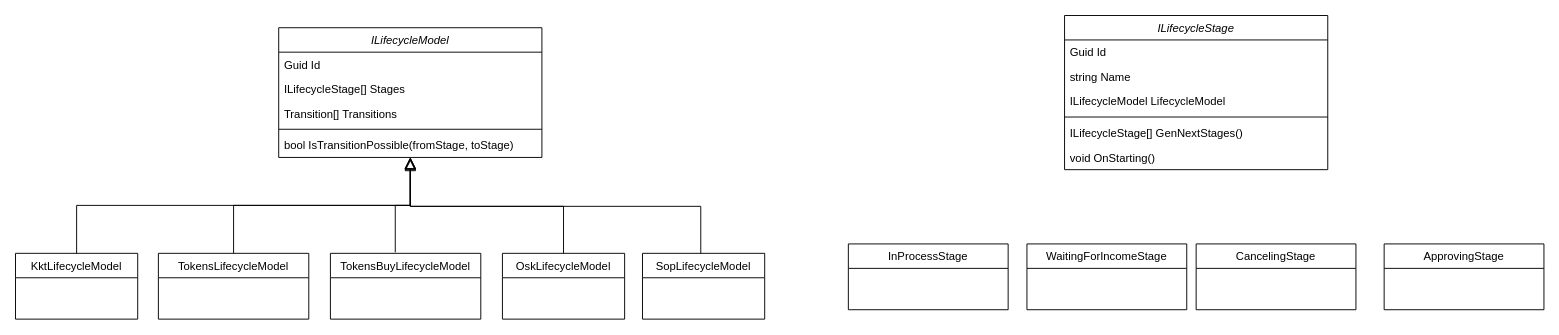
The draw.io diagram Lifecycle.drawio in Kostey2204/GpsApp, before the edit. Source tidied: cells renumbered, new cells numbered last; positions are measured from the earlier drawing's top-left corner, leaving out a move shared by most shapes. Both pictures are drawn from the tidied source at 94%, with x=0, y=0 at pixel (15, 15).
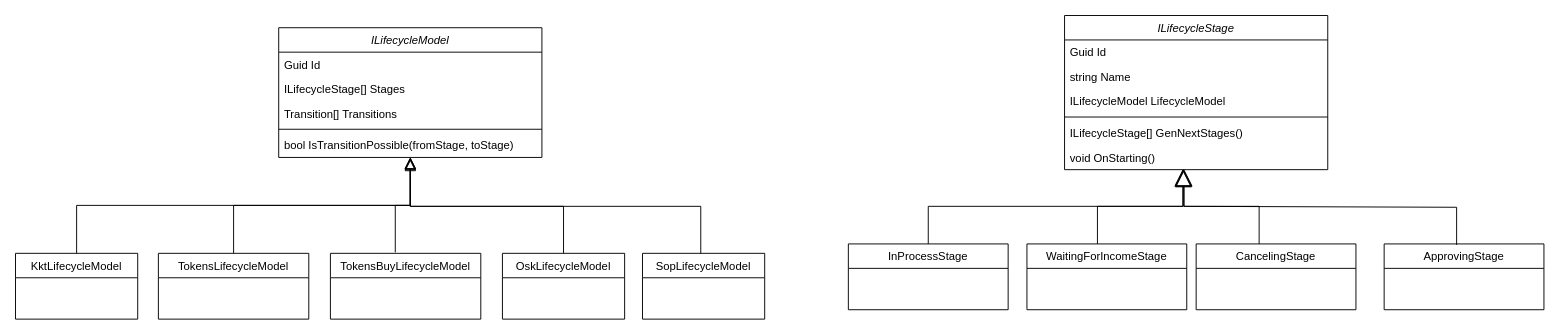
The same diagram, later.

Unchanged cells that the change refers to:
```xml
<mxCell id="24" value="void OnStarting()" style="text;align=left;verticalAlign=top;spacingLeft=4;spacingRight=4;overflow=hidden;points=[[0,0.5],[1,0.5]];portConstraint=eastwest;" parent="18" vertex="1">
  <mxGeometry y="138" width="280" height="26" as="geometry" />
</mxCell>
<mxCell id="25" value="InProcessStage" style="swimlane;fontStyle=0;align=center;verticalAlign=top;horizontal=1;startSize=26;rounded=0;shadow=0;strokeWidth=1;" parent="1" vertex="1">
  <mxGeometry x="886" y="243" width="170" height="70" as="geometry" />
</mxCell>
```

What changed in the source:
```diff
@@
+    <mxCell id="29" style="endArrow=block;endSize=16;endFill=0;html=1;rounded=0;exitX=0.5;exitY=0;exitDx=0;exitDy=0;entryX=0.45;entryY=1;entryDx=0;entryDy=0;entryPerimeter=0;" parent="1" edge="1" source="25" target="24">
+      <mxGeometry x="-0.89" y="50" relative="1" as="geometry">
+        <Array as="points">
+          <mxPoint x="971" y="203" />
+          <mxPoint x="1242" y="203" />
+        </Array>
+        <mxPoint x="1" as="offset" />
+      </mxGeometry>
+    </mxCell>
+    <mxCell id="30" style="endArrow=block;endSize=16;endFill=0;html=1;rounded=0;exitX=0.5;exitY=0;exitDx=0;exitDy=0;" parent="1" edge="1">
+      <mxGeometry x="-0.89" y="50" relative="1" as="geometry">
+        <mxPoint x="1151" y="243" as="sourcePoint" />
+        <mxPoint x="1242" y="163" as="targetPoint" />
+        <Array as="points">
+          <mxPoint x="1151" y="203" />
+          <mxPoint x="1242" y="203" />
+        </Array>
+        <mxPoint x="1" as="offset" />
+      </mxGeometry>
+    </mxCell>
+    <mxCell id="31" style="endArrow=block;endSize=16;endFill=0;html=1;rounded=0;exitX=0.5;exitY=0;exitDx=0;exitDy=0;entryX=0.746;entryY=0.962;entryDx=0;entryDy=0;entryPerimeter=0;" parent="1" edge="1">
+      <mxGeometry x="-0.89" y="50" relative="1" as="geometry">
+        <mxPoint x="1323" y="243" as="sourcePoint" />
+        <mxPoint x="1242.9" y="163" as="targetPoint" />
+        <Array as="points">
+          <mxPoint x="1323" y="203" />
+          <mxPoint x="1243" y="203" />
+        </Array>
+        <mxPoint x="1" as="offset" />
+      </mxGeometry>
+    </mxCell>
+    <mxCell id="32" style="endArrow=block;endSize=16;endFill=0;html=1;rounded=0;exitX=0.5;exitY=0;exitDx=0;exitDy=0;" parent="1" edge="1">
+      <mxGeometry x="-0.89" y="50" relative="1" as="geometry">
+        <mxPoint x="1533.1" y="244" as="sourcePoint" />
+        <mxPoint x="1243" y="164" as="targetPoint" />
+        <Array as="points">
+          <mxPoint x="1533.1" y="204" />
+          <mxPoint x="1243" y="203" />
+        </Array>
+        <mxPoint x="1" as="offset" />
+      </mxGeometry>
+    </mxCell>
```
